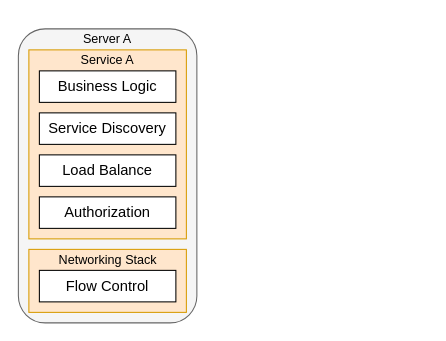
Earlier version of the draw.io diagram service-mesh.drawio (wehyy/my-world). Source tidied: cells renumbered, new cells numbered last; positions are measured from the earlier drawing's top-left corner, leaving out a move shared by most shapes. Both pictures are drawn from the tidied source at 105%, with x=0, y=0 at pixel (18, 28).
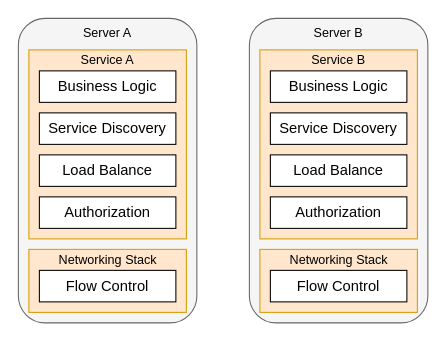
Above is the later version.

Unchanged cells that the change refers to:
```xml
<mxCell id="2" style="group;" parent="1" vertex="1">
  <mxGeometry x="10" y="20" width="160" height="260" as="geometry" />
</mxCell>
```

Change to the diagram source:
```diff
@@
     <mxCell id="3" style="rounded=1;whiteSpace=wrap;html=1;fillColor=#f5f5f5;fontColor=#333333;strokeColor=#666666;glass=0;" parent="2" vertex="1">
-      <mxGeometry x="-10" y="-20" width="170" height="280" as="geometry" />
+      <mxGeometry x="-10" y="-30" width="170" height="290" as="geometry" />
     </mxCell>
@@
-    <mxCell id="10" value="Server A" style="text;html=1;strokeColor=none;fillColor=none;align=center;verticalAlign=middle;whiteSpace=wrap;rounded=0;" parent="2" vertex="1">
-      <mxGeometry x="45" y="-20" width="60" height="20" as="geometry" />
-    </mxCell>
@@
+    <mxCell id="10" value="Server A" style="text;html=1;strokeColor=none;fillColor=none;align=center;verticalAlign=middle;whiteSpace=wrap;rounded=0;" parent="1" vertex="1">
+      <mxGeometry x="55" y="-6" width="60" height="20" as="geometry" />
+    </mxCell>
+    <mxCell id="15" style="group;" parent="1" vertex="1">
+      <mxGeometry x="230" y="20" width="160" height="260" as="geometry" />
+    </mxCell>
+    <mxCell id="16" style="rounded=1;whiteSpace=wrap;html=1;fillColor=#f5f5f5;fontColor=#333333;strokeColor=#666666;glass=0;" parent="15" vertex="1">
+      <mxGeometry x="-10" y="-30" width="170" height="290" as="geometry" />
+    </mxCell>
+    <mxCell id="17" style="rounded=0;whiteSpace=wrap;html=1;fillColor=#ffe6cc;strokeColor=#d79b00;" parent="15" vertex="1">
+      <mxGeometry width="150" height="180" as="geometry" />
+    </mxCell>
+    <mxCell id="18" value="&lt;font style=&quot;font-size: 14px;&quot;&gt;Business Logic&lt;/font&gt;" style="rounded=0;whiteSpace=wrap;html=1;" parent="15" vertex="1">
+      <mxGeometry x="10" y="20" width="130" height="30" as="geometry" />
+    </mxCell>
+    <mxCell id="19" value="&lt;font style=&quot;font-size: 14px;&quot;&gt;Service Discovery&lt;/font&gt;" style="rounded=0;whiteSpace=wrap;html=1;" parent="15" vertex="1">
+      <mxGeometry x="10" y="60" width="130" height="30" as="geometry" />
+    </mxCell>
+    <mxCell id="20" value="&lt;font style=&quot;font-size: 14px;&quot;&gt;Load Balance&lt;/font&gt;" style="rounded=0;whiteSpace=wrap;html=1;" parent="15" vertex="1">
+      <mxGeometry x="10" y="100" width="130" height="30" as="geometry" />
+    </mxCell>
+    <mxCell id="21" value="&lt;font style=&quot;font-size: 14px;&quot;&gt;Authorization&lt;/font&gt;" style="rounded=0;whiteSpace=wrap;html=1;" parent="15" vertex="1">
+      <mxGeometry x="10" y="140" width="130" height="30" as="geometry" />
+    </mxCell>
+    <mxCell id="22" value="Service B" style="text;html=1;strokeColor=none;fillColor=none;align=center;verticalAlign=middle;whiteSpace=wrap;rounded=0;" parent="15" vertex="1">
+      <mxGeometry x="45" width="60" height="20" as="geometry" />
+    </mxCell>
+    <mxCell id="23" style="group;" parent="1" vertex="1">
+      <mxGeometry x="230" y="210" width="150" height="60" as="geometry" />
+    </mxCell>
+    <mxCell id="24" style="rounded=0;whiteSpace=wrap;html=1;fillColor=#ffe6cc;strokeColor=#d79b00;" parent="23" vertex="1">
+      <mxGeometry width="150" height="60" as="geometry" />
+    </mxCell>
+    <mxCell id="25" value="Networking Stack" style="text;html=1;strokeColor=none;fillColor=none;align=center;verticalAlign=middle;whiteSpace=wrap;rounded=0;" parent="23" vertex="1">
+      <mxGeometry x="22.5" width="105" height="20" as="geometry" />
+    </mxCell>
+    <mxCell id="26" value="&lt;span style=&quot;font-size: 14px;&quot;&gt;Flow Control&lt;/span&gt;" style="rounded=0;whiteSpace=wrap;html=1;" parent="23" vertex="1">
+      <mxGeometry x="10" y="20" width="130" height="30" as="geometry" />
+    </mxCell>
+    <mxCell id="27" value="Server B" style="text;html=1;strokeColor=none;fillColor=none;align=center;verticalAlign=middle;whiteSpace=wrap;rounded=0;" parent="1" vertex="1">
+      <mxGeometry x="275" y="-6" width="60" height="20" as="geometry" />
+    </mxCell>
```
